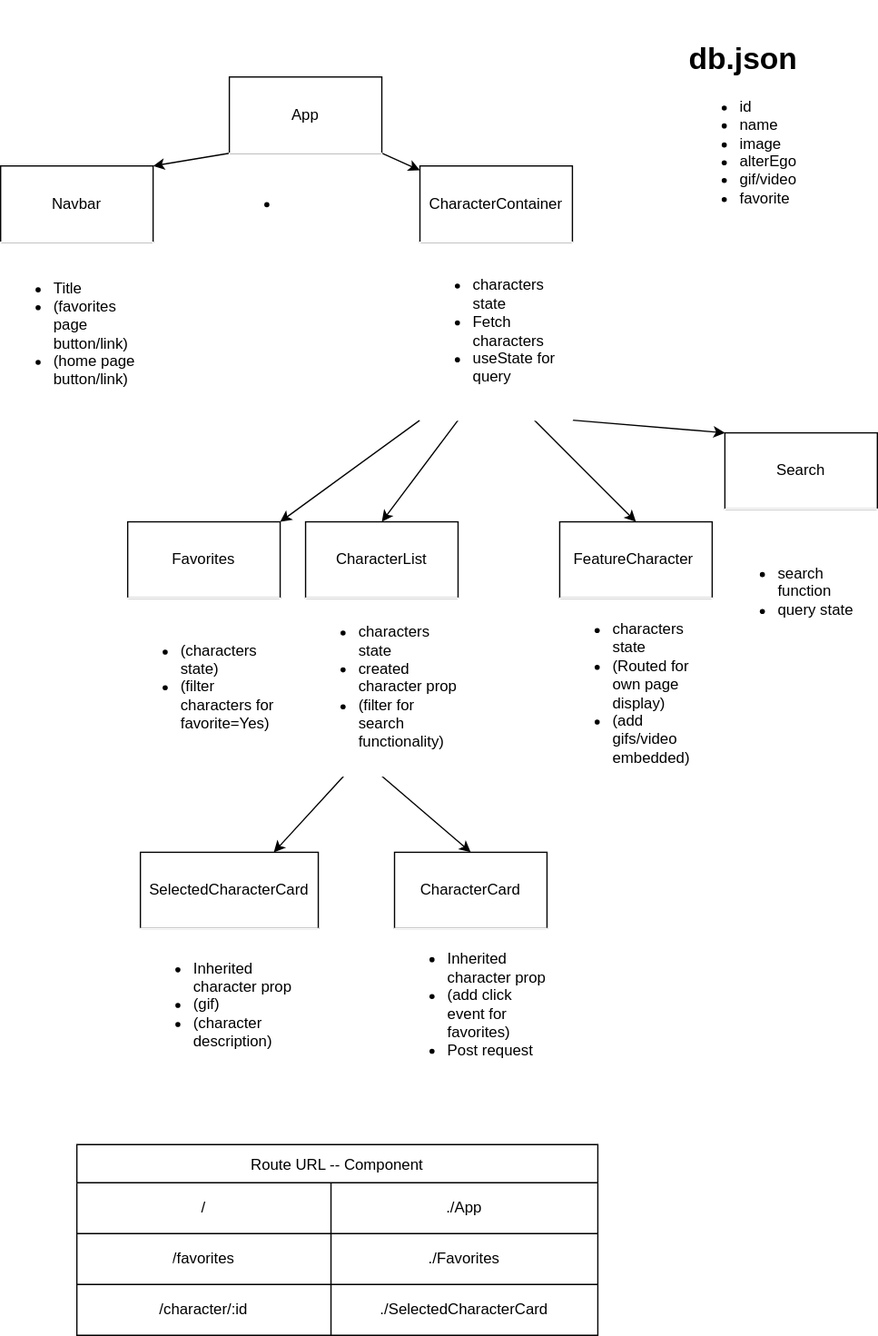
Earlier version of the draw.io export src/flowchart.drawio.svg (M4near/phase-2-project). Source tidied: cells renumbered, new cells last; positions are measured from the earlier drawing's top-left corner, leaving out a move shared by most shapes.
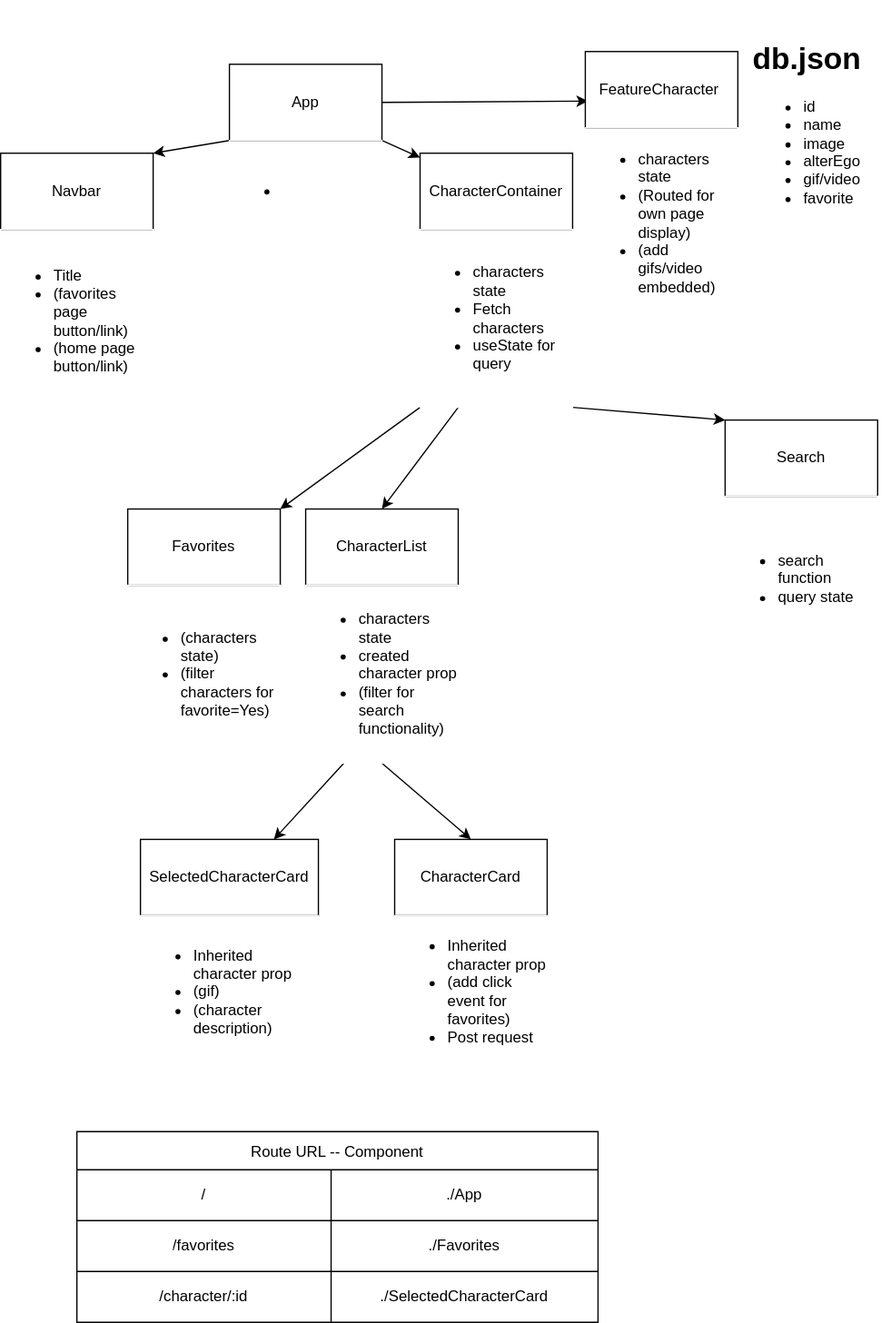
The same file after the commit.

Change to the diagram source:
```diff
@@ -8,6 +8,9 @@
     <mxCell id="3" style="edgeStyle=none;html=1;exitX=0;exitY=1;exitDx=0;exitDy=0;entryX=1;entryY=0;entryDx=0;entryDy=0;" parent="1" edge="1" source="4" target="9">
       <mxGeometry relative="1" as="geometry" />
     </mxCell>
+    <mxCell id="39" style="edgeStyle=none;html=1;exitX=1;exitY=0.5;exitDx=0;exitDy=0;entryX=0.017;entryY=0.65;entryDx=0;entryDy=0;entryPerimeter=0;" parent="1" edge="1" source="4" target="8">
+      <mxGeometry relative="1" as="geometry" />
+    </mxCell>
     <mxCell id="4" value="App" style="rounded=0;whiteSpace=wrap;html=1;" parent="1" vertex="1">
       <mxGeometry x="180" y="60" width="120" height="60" as="geometry" />
     </mxCell>
@@ -21,7 +24,7 @@
       <mxGeometry x="240" y="410" width="120" height="60" as="geometry" />
     </mxCell>
     <mxCell id="8" value="FeatureCharacter&lt;span style=&quot;color: rgba(0 , 0 , 0 , 0) ; font-family: monospace ; font-size: 0px&quot;&gt;%3CmxGraphModel%3E%3Croot%3E%3CmxCell%20id%3D%220%22%2F%3E%3CmxCell%20id%3D%221%22%20parent%3D%220%22%2F%3E%3CmxCell%20id%3D%222%22%20value%3D%22App%22%20style%3D%22rounded%3D0%3BwhiteSpace%3Dwrap%3Bhtml%3D1%3B%22%20vertex%3D%221%22%20parent%3D%221%22%3E%3CmxGeometry%20x%3D%22340%22%20y%3D%2260%22%20width%3D%22120%22%20height%3D%2260%22%20as%3D%22geometry%22%2F%3E%3C%2FmxCell%3E%3C%2Froot%3E%3C%2FmxGraphModel%3E&lt;/span&gt;" style="rounded=0;whiteSpace=wrap;html=1;" parent="1" vertex="1">
-      <mxGeometry x="440" y="410" width="120" height="60" as="geometry" />
+      <mxGeometry x="460" y="50" width="120" height="60" as="geometry" />
     </mxCell>
     <mxCell id="9" value="Navbar" style="rounded=0;whiteSpace=wrap;html=1;" parent="1" vertex="1">
       <mxGeometry y="130" width="120" height="60" as="geometry" />
@@ -30,14 +33,11 @@
       <mxGeometry y="190" width="120" height="130" as="geometry" />
     </mxCell>
     <mxCell id="11" value="&lt;ul&gt;&lt;li&gt;characters state&lt;/li&gt;&lt;li&gt;(Routed for own page display)&lt;/li&gt;&lt;li&gt;(add gifs/video embedded)&lt;/li&gt;&lt;/ul&gt;" style="text;strokeColor=#FFFFFF;fillColor=none;html=1;whiteSpace=wrap;verticalAlign=middle;overflow=hidden;shadow=0;" parent="1" vertex="1">
-      <mxGeometry x="440" y="470" width="120" height="150" as="geometry" />
+      <mxGeometry x="460" y="110" width="120" height="150" as="geometry" />
     </mxCell>
     <mxCell id="12" style="edgeStyle=none;html=1;exitX=0.25;exitY=1;exitDx=0;exitDy=0;entryX=0.5;entryY=0;entryDx=0;entryDy=0;" parent="1" edge="1" source="16" target="7">
       <mxGeometry relative="1" as="geometry" />
     </mxCell>
-    <mxCell id="13" style="edgeStyle=none;html=1;exitX=0.75;exitY=1;exitDx=0;exitDy=0;entryX=0.5;entryY=0;entryDx=0;entryDy=0;" parent="1" edge="1" source="16" target="8">
-      <mxGeometry relative="1" as="geometry" />
-    </mxCell>
     <mxCell id="14" style="edgeStyle=none;html=1;exitX=0;exitY=1;exitDx=0;exitDy=0;entryX=1;entryY=0;entryDx=0;entryDy=0;" parent="1" edge="1" source="16" target="23">
       <mxGeometry relative="1" as="geometry" />
     </mxCell>
@@ -63,7 +63,7 @@
       <mxGeometry x="180" y="120" width="120" height="80" as="geometry" />
     </mxCell>
     <mxCell id="22" value="&lt;h1&gt;db.json&lt;/h1&gt;&lt;ul&gt;&lt;li&gt;id&lt;/li&gt;&lt;li&gt;name&lt;/li&gt;&lt;li&gt;image&lt;/li&gt;&lt;li&gt;alterEgo&lt;/li&gt;&lt;li&gt;gif/video&lt;/li&gt;&lt;li&gt;favorite&lt;/li&gt;&lt;/ul&gt;" style="text;strokeColor=#FFFFFF;fillColor=none;html=1;whiteSpace=wrap;verticalAlign=middle;overflow=hidden;shadow=0;" parent="1" vertex="1">
-      <mxGeometry x="540" width="110" height="190" as="geometry" />
+      <mxGeometry x="590" y="10" width="110" height="190" as="geometry" />
     </mxCell>
     <mxCell id="23" value="Favorites" style="rounded=0;whiteSpace=wrap;html=1;" parent="1" vertex="1">
       <mxGeometry x="100" y="410" width="120" height="60" as="geometry" />
```
